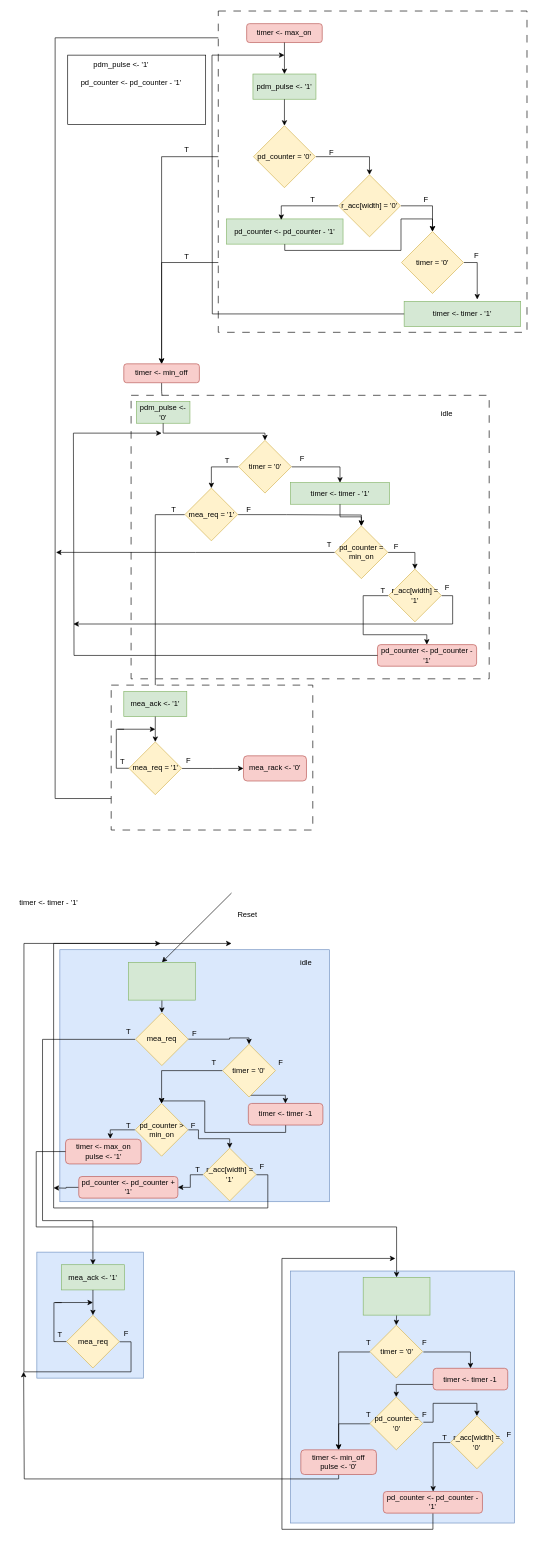
This is Oblig7/pdm_asmd.drawio from jrundht/IN3160, a draw.io file, before an edit. Source tidied: cells renumbered, new cells numbered last; positions are measured from the earlier drawing's top-left corner, leaving out a move shared by most shapes. Both pictures are drawn from the tidied source at 63%, with x=0, y=0 at pixel (11, 11).
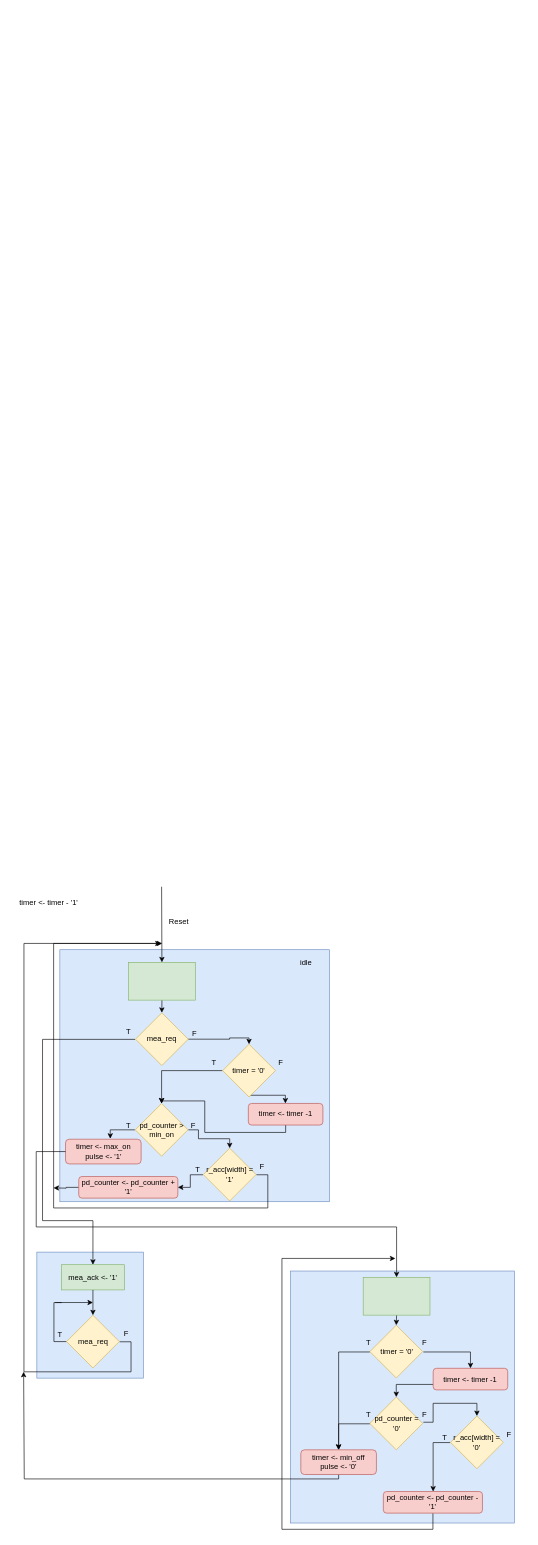
After the change.

Unchanged cells that the change refers to:
```xml
<mxCell id="98" style="rounded=0;whiteSpace=wrap;html=1;fillColor=#d5e8d4;strokeColor=#82b366;" parent="1" vertex="1">
  <mxGeometry x="186.5" y="1510" width="106" height="60" as="geometry" />
</mxCell>
<mxCell id="120" style="group;" parent="1" vertex="1">
  <mxGeometry x="67.5" y="1990" width="202.5" height="164.4" as="geometry" />
</mxCell>
<mxCell id="125" value="mea_req " style="text;html=1;align=center;verticalAlign=middle;whiteSpace=wrap;rounded=0;" parent="122" vertex="1">
  <mxGeometry y="29.4" width="85" height="25.7" as="geometry" />
</mxCell>
```

Diff of the diagram source:
```diff
@@
-    <mxCell id="4" style="edgeStyle=orthogonalEdgeStyle;rounded=0;jettySize=auto;html=1;curved=0;entryX=0;entryY=0.75;entryDx=0;entryDy=0;" parent="1" edge="1" source="57" target="67">
-      <mxGeometry relative="1" as="geometry">
-        <Array as="points">
-          <mxPoint x="419" y="1250" />
-          <mxPoint x="70" y="1250" />
-          <mxPoint x="70" y="43" />
-        </Array>
-      </mxGeometry>
-    </mxCell>
-    <mxCell id="5" style="rounded=0;whiteSpace=wrap;html=1;" parent="1" vertex="1">
-      <mxGeometry x="90" y="70" width="219" height="110" as="geometry" />
-    </mxCell>
-    <mxCell id="6" style="edgeStyle=orthogonalEdgeStyle;rounded=1;jettySize=auto;html=1;exitX=0.5;exitY=1;exitDx=0;exitDy=0;" parent="1" edge="1" source="7" target="12">
-      <mxGeometry relative="1" as="geometry" />
-    </mxCell>
-    <mxCell id="7" value="timer &amp;lt;- min_off" style="rounded=1;whiteSpace=wrap;html=1;fillColor=#f8cecc;strokeColor=#b85450;perimeterSpacing=0;glass=0;" parent="1" vertex="1">
-      <mxGeometry x="179" y="560" width="120" height="30" as="geometry" />
-    </mxCell>
-    <mxCell id="8" style="edgeStyle=orthogonalEdgeStyle;rounded=0;jettySize=auto;html=1;curved=0;entryX=0.5;entryY=0;entryDx=0;entryDy=0;" parent="1" edge="1" source="84" target="7">
-      <mxGeometry relative="1" as="geometry">
-        <Array as="points">
-          <mxPoint x="239" y="399" />
-        </Array>
-      </mxGeometry>
-    </mxCell>
-    <mxCell id="9" style="edgeStyle=orthogonalEdgeStyle;rounded=0;jettySize=auto;html=1;entryX=0.5;entryY=0;entryDx=0;entryDy=0;curved=0;" parent="1" edge="1" source="71" target="7">
-      <mxGeometry relative="1" as="geometry" />
-    </mxCell>
-    <mxCell id="10" style="group;" parent="1" vertex="1">
-      <mxGeometry x="199" y="620" width="560" height="440" as="geometry" />
-    </mxCell>
-    <mxCell id="11" style="rounded=0;whiteSpace=wrap;html=1;dashed=1;dashPattern=12 12;" parent="10" vertex="1">
-      <mxGeometry x="-8.4" y="-10" width="568.4" height="450" as="geometry" />
-    </mxCell>
-    <mxCell id="12" value="pdm_pulse &amp;lt;- '0'" style="rounded=0;whiteSpace=wrap;html=1;fillColor=#d5e8d4;strokeColor=#82b366;" parent="10" vertex="1">
-      <mxGeometry width="85" height="34.3" as="geometry" />
-    </mxCell>
-    <mxCell id="13" style="group;" parent="10" vertex="1">
-      <mxGeometry x="161.6" y="61.3" width="85" height="84.4" as="geometry" />
-    </mxCell>
-    <mxCell id="14" style="whiteSpace=wrap;html=1;rounded=0;rotation=-45;fillColor=#fff2cc;strokeColor=#d6b656;" parent="13" vertex="1">
-      <mxGeometry x="12.9" y="12.4" width="59.2" height="59.2" as="geometry" />
-    </mxCell>
-    <mxCell id="15" value="timer = '0'" style="text;html=1;align=center;verticalAlign=middle;whiteSpace=wrap;rounded=0;" parent="13" vertex="1">
-      <mxGeometry y="29.4" width="85" height="25.7" as="geometry" />
-    </mxCell>
-    <mxCell id="16" style="edgeStyle=orthogonalEdgeStyle;rounded=0;jettySize=auto;html=1;exitX=0.5;exitY=1;exitDx=0;exitDy=0;entryX=1;entryY=0;entryDx=0;entryDy=0;curved=0;" parent="10" edge="1" source="12" target="14">
-      <mxGeometry relative="1" as="geometry">
-        <Array as="points">
-          <mxPoint x="43" y="50" />
-          <mxPoint x="204" y="50" />
-        </Array>
-      </mxGeometry>
-    </mxCell>
-    <mxCell id="17" style="group;" parent="10" vertex="1">
-      <mxGeometry x="76.5" y="137.1" width="85" height="84.4" as="geometry" />
-    </mxCell>
-    <mxCell id="18" style="whiteSpace=wrap;html=1;rounded=0;rotation=-45;fillColor=#fff2cc;strokeColor=#d6b656;" parent="17" vertex="1">
-      <mxGeometry x="12.9" y="12.4" width="59.2" height="59.2" as="geometry" />
-    </mxCell>
-    <mxCell id="19" value="mea_req = '1'" style="text;html=1;align=center;verticalAlign=middle;whiteSpace=wrap;rounded=0;" parent="17" vertex="1">
-      <mxGeometry y="29.4" width="85" height="25.7" as="geometry" />
-    </mxCell>
-    <mxCell id="20" style="edgeStyle=orthogonalEdgeStyle;rounded=0;jettySize=auto;html=1;curved=0;" parent="10" edge="1" source="15" target="18">
-      <mxGeometry relative="1" as="geometry" />
-    </mxCell>
-    <mxCell id="21" value="T" style="text;html=1;align=center;verticalAlign=middle;whiteSpace=wrap;rounded=0;" parent="10" vertex="1">
-      <mxGeometry x="136.1" y="85.7" width="17" height="17.1" as="geometry" />
-    </mxCell>
-    <mxCell id="22" value="F" style="text;html=1;align=center;verticalAlign=middle;whiteSpace=wrap;rounded=0;" parent="10" vertex="1">
-      <mxGeometry x="255.1" y="85.7" width="17" height="8.6" as="geometry" />
-    </mxCell>
-    <mxCell id="23" value="T" style="text;html=1;align=center;verticalAlign=middle;whiteSpace=wrap;rounded=0;" parent="10" vertex="1">
-      <mxGeometry x="51" y="162.9" width="17" height="17.1" as="geometry" />
-    </mxCell>
-    <mxCell id="24" value="timer &amp;lt;- timer - '1'" style="rounded=0;whiteSpace=wrap;html=1;fillColor=#d5e8d4;strokeColor=#82b366;" parent="10" vertex="1">
-      <mxGeometry x="244.5" y="128.6" width="157.3" height="34.3" as="geometry" />
-    </mxCell>
-    <mxCell id="25" style="edgeStyle=orthogonalEdgeStyle;rounded=0;jettySize=auto;html=1;exitX=1;exitY=0.5;exitDx=0;exitDy=0;curved=0;" parent="10" edge="1" source="15" target="24">
-      <mxGeometry relative="1" as="geometry" />
-    </mxCell>
-    <mxCell id="26" style="group;" parent="10" vertex="1">
-      <mxGeometry x="314.6" y="197.1" width="195.6" height="194.6" as="geometry" />
-    </mxCell>
-    <mxCell id="27" style="whiteSpace=wrap;html=1;rounded=0;rotation=-45;fillColor=#fff2cc;strokeColor=#d6b656;" parent="26" vertex="1">
-      <mxGeometry x="12.9" y="12.4" width="59.2" height="59.2" as="geometry" />
-    </mxCell>
-    <mxCell id="28" style="edgeStyle=orthogonalEdgeStyle;rounded=0;jettySize=auto;html=1;curved=0;endArrow=classic;endFill=1;" parent="26" edge="1" source="30">
-      <mxGeometry relative="1" as="geometry">
-        <mxPoint x="-442.2" y="42.2" as="targetPoint" />
-      </mxGeometry>
-    </mxCell>
-    <mxCell id="29" style="edgeStyle=orthogonalEdgeStyle;rounded=0;jettySize=auto;html=1;curved=0;entryX=1;entryY=0;entryDx=0;entryDy=0;" parent="26" edge="1" source="30" target="33">
-      <mxGeometry relative="1" as="geometry" />
-    </mxCell>
-    <mxCell id="30" value="pd_counter = min_on" style="text;html=1;align=center;verticalAlign=middle;whiteSpace=wrap;rounded=0;" parent="26" vertex="1">
-      <mxGeometry y="29.4" width="85" height="25.7" as="geometry" />
-    </mxCell>
-    <mxCell id="31" style="group;" parent="26" vertex="1">
-      <mxGeometry x="68" y="68.6" width="119.1" height="84.4" as="geometry" />
-    </mxCell>
-    <mxCell id="32" style="group;" parent="31" vertex="1">
-      <mxGeometry x="17" width="85" height="84.4" as="geometry" />
-    </mxCell>
-    <mxCell id="33" style="whiteSpace=wrap;html=1;rounded=0;rotation=-45;fillColor=#fff2cc;strokeColor=#d6b656;" parent="32" vertex="1">
-      <mxGeometry x="12.9" y="12.4" width="59.2" height="59.2" as="geometry" />
-    </mxCell>
-    <mxCell id="34" value="r_acc[width] = '1'" style="text;html=1;align=center;verticalAlign=middle;whiteSpace=wrap;rounded=0;" parent="32" vertex="1">
-      <mxGeometry y="29.4" width="85" height="25.7" as="geometry" />
-    </mxCell>
-    <mxCell id="35" value="T" style="text;html=1;align=center;verticalAlign=middle;whiteSpace=wrap;rounded=0;" parent="31" vertex="1">
-      <mxGeometry y="25.7" width="17" height="17.1" as="geometry" />
-    </mxCell>
-    <mxCell id="36" value="F" style="text;html=1;align=center;verticalAlign=middle;whiteSpace=wrap;rounded=0;" parent="31" vertex="1">
-      <mxGeometry x="102" y="25.7" width="17" height="8.6" as="geometry" />
-    </mxCell>
-    <mxCell id="37" value="F" style="text;html=1;align=center;verticalAlign=middle;whiteSpace=wrap;rounded=0;" parent="26" vertex="1">
-      <mxGeometry x="89.3" y="29.3" width="17" height="8.6" as="geometry" />
-    </mxCell>
-    <mxCell id="38" style="edgeStyle=orthogonalEdgeStyle;rounded=0;jettySize=auto;html=1;entryX=1;entryY=0;entryDx=0;entryDy=0;curved=0;" parent="10" edge="1" source="24" target="27">
-      <mxGeometry relative="1" as="geometry" />
-    </mxCell>
-    <mxCell id="39" value="T" style="text;html=1;align=center;verticalAlign=middle;whiteSpace=wrap;rounded=0;" parent="10" vertex="1">
-      <mxGeometry x="297.6" y="218.6" width="17" height="17.1" as="geometry" />
-    </mxCell>
-    <mxCell id="40" value="pd_counter &amp;lt;- pd_counter - '1'" style="rounded=1;whiteSpace=wrap;html=1;fillColor=#f8cecc;strokeColor=#b85450;" parent="10" vertex="1">
-      <mxGeometry x="382.7" y="385.7" width="157.3" height="34.3" as="geometry" />
-    </mxCell>
-    <mxCell id="41" style="edgeStyle=orthogonalEdgeStyle;rounded=0;jettySize=auto;html=1;curved=0;" parent="10" edge="1" source="34">
-      <mxGeometry relative="1" as="geometry">
-        <mxPoint x="-100" y="353" as="targetPoint" />
-        <Array as="points">
-          <mxPoint x="502" y="308" />
-          <mxPoint x="502" y="353" />
-          <mxPoint x="-100" y="353" />
-        </Array>
-      </mxGeometry>
-    </mxCell>
-    <mxCell id="42" style="edgeStyle=orthogonalEdgeStyle;rounded=0;jettySize=auto;html=1;exitX=1;exitY=0.5;exitDx=0;exitDy=0;entryX=1;entryY=0;entryDx=0;entryDy=0;curved=0;" parent="10" edge="1" source="19" target="27">
-      <mxGeometry relative="1" as="geometry">
-        <Array as="points">
-          <mxPoint x="238" y="179" />
-          <mxPoint x="357" y="180" />
-        </Array>
-      </mxGeometry>
-    </mxCell>
-    <mxCell id="43" value="F" style="text;html=1;align=center;verticalAlign=middle;whiteSpace=wrap;rounded=0;" parent="10" vertex="1">
-      <mxGeometry x="170" y="167.1" width="17" height="8.6" as="geometry" />
-    </mxCell>
-    <mxCell id="44" style="edgeStyle=orthogonalEdgeStyle;rounded=0;jettySize=auto;html=1;curved=0;endArrow=classic;endFill=1;" parent="10" edge="1" source="34" target="40">
-      <mxGeometry relative="1" as="geometry">
-        <Array as="points">
-          <mxPoint x="360" y="308" />
-          <mxPoint x="360" y="370" />
-          <mxPoint x="461" y="370" />
-        </Array>
-      </mxGeometry>
-    </mxCell>
-    <mxCell id="45" value="idle" style="text;html=1;align=center;verticalAlign=middle;whiteSpace=wrap;rounded=0;" parent="10" vertex="1">
-      <mxGeometry x="463" y="4" width="60" height="30" as="geometry" />
-    </mxCell>
-    <mxCell id="46" style="edgeStyle=orthogonalEdgeStyle;rounded=0;jettySize=auto;html=1;curved=0;entryX=0.5;entryY=0;entryDx=0;entryDy=0;" parent="1" edge="1" source="19" target="51">
-      <mxGeometry relative="1" as="geometry">
-        <Array as="points">
-          <mxPoint x="229" y="799" />
-        </Array>
-      </mxGeometry>
-    </mxCell>
-    <mxCell id="47" style="edgeStyle=orthogonalEdgeStyle;rounded=0;jettySize=auto;html=1;endArrow=none;endFill=0;curved=0;" parent="1" edge="1" source="40">
-      <mxGeometry relative="1" as="geometry">
-        <mxPoint x="99" y="670" as="targetPoint" />
-        <Array as="points">
-          <mxPoint x="100" y="1023" />
-        </Array>
-      </mxGeometry>
-    </mxCell>
-    <mxCell id="48" style="endArrow=classic;html=1;rounded=1;" parent="1" edge="1">
-      <mxGeometry relative="1" as="geometry">
-        <mxPoint x="99" y="670" as="sourcePoint" />
-        <mxPoint x="239" y="670" as="targetPoint" />
-      </mxGeometry>
-    </mxCell>
-    <mxCell id="49" style="group;rounded=1;" parent="1" vertex="1">
-      <mxGeometry x="159" y="1070" width="320" height="230" as="geometry" />
-    </mxCell>
-    <mxCell id="50" style="rounded=0;whiteSpace=wrap;html=1;dashed=1;dashPattern=12 12;" parent="49" vertex="1">
-      <mxGeometry width="320" height="230" as="geometry" />
-    </mxCell>
-    <mxCell id="51" value="mea_ack &amp;lt;- '1'" style="rounded=0;whiteSpace=wrap;html=1;fillColor=#d5e8d4;strokeColor=#82b366;" parent="49" vertex="1">
-      <mxGeometry x="20" y="10" width="100" height="40" as="geometry" />
-    </mxCell>
-    <mxCell id="52" style="group;" parent="49" vertex="1">
-      <mxGeometry x="27.5" y="90" width="85" height="84.4" as="geometry" />
-    </mxCell>
-    <mxCell id="53" style="edgeStyle=orthogonalEdgeStyle;rounded=0;jettySize=auto;html=1;curved=0;endArrow=none;endFill=0;" parent="52" edge="1" source="54">
-      <mxGeometry relative="1" as="geometry">
-        <mxPoint x="-7.5" y="-20" as="targetPoint" />
-      </mxGeometry>
-    </mxCell>
-    <mxCell id="54" style="whiteSpace=wrap;html=1;rounded=0;rotation=-45;fillColor=#fff2cc;strokeColor=#d6b656;" parent="52" vertex="1">
-      <mxGeometry x="12.9" y="12.4" width="59.2" height="59.2" as="geometry" />
-    </mxCell>
-    <mxCell id="55" value="mea_req = '1'" style="text;html=1;align=center;verticalAlign=middle;whiteSpace=wrap;rounded=0;" parent="52" vertex="1">
-      <mxGeometry y="29.4" width="85" height="25.7" as="geometry" />
-    </mxCell>
-    <mxCell id="56" style="edgeStyle=orthogonalEdgeStyle;rounded=0;jettySize=auto;html=1;exitX=0.5;exitY=1;exitDx=0;exitDy=0;curved=0;" parent="49" edge="1" source="51" target="54">
-      <mxGeometry relative="1" as="geometry" />
-    </mxCell>
-    <mxCell id="57" value="mea_rack &amp;lt;- '0'" style="rounded=1;whiteSpace=wrap;html=1;fillColor=#f8cecc;strokeColor=#b85450;" parent="49" vertex="1">
-      <mxGeometry x="210" y="112.2" width="100" height="40" as="geometry" />
-    </mxCell>
-    <mxCell id="58" style="edgeStyle=orthogonalEdgeStyle;rounded=0;jettySize=auto;html=1;entryX=0;entryY=0.5;entryDx=0;entryDy=0;curved=0;" parent="49" edge="1" source="55" target="57">
-      <mxGeometry relative="1" as="geometry" />
-    </mxCell>
-    <mxCell id="59" value="T" style="text;html=1;align=center;verticalAlign=middle;whiteSpace=wrap;rounded=0;" parent="49" vertex="1">
-      <mxGeometry x="7.5" y="112.2" width="20" height="20" as="geometry" />
-    </mxCell>
-    <mxCell id="60" value="F" style="text;html=1;align=center;verticalAlign=middle;whiteSpace=wrap;rounded=0;" parent="49" vertex="1">
-      <mxGeometry x="112.5" y="110" width="20" height="20" as="geometry" />
-    </mxCell>
-    <mxCell id="61" style="endArrow=classic;html=1;rounded=1;" parent="49" edge="1">
-      <mxGeometry relative="1" as="geometry">
-        <mxPoint x="10" y="70" as="sourcePoint" />
-        <mxPoint x="70" y="70" as="targetPoint" />
-      </mxGeometry>
-    </mxCell>
-    <mxCell id="62" value="pdm_pulse &amp;lt;- '1'" style="text;html=1;align=center;verticalAlign=middle;whiteSpace=wrap;rounded=0;" parent="1" vertex="1">
-      <mxGeometry x="120" y="70" width="110" height="30" as="geometry" />
-    </mxCell>
-    <mxCell id="63" value="pd_counter &amp;lt;- pd_counter - '1'" style="text;whiteSpace=wrap;html=1;" parent="1" vertex="1">
-      <mxGeometry x="109" y="100" width="190" height="40" as="geometry" />
-    </mxCell>
-    <mxCell id="64" style="group;" parent="1" vertex="1">
-      <mxGeometry x="269" width="550" height="510" as="geometry" />
-    </mxCell>
-    <mxCell id="65" style="group;" parent="64" vertex="1">
-      <mxGeometry x="50" width="500" height="510" as="geometry" />
-    </mxCell>
-    <mxCell id="66" style="rounded=0;whiteSpace=wrap;html=1;dashed=1;dashPattern=12 12;" parent="65" vertex="1">
-      <mxGeometry x="10" width="490" height="510" as="geometry" />
-    </mxCell>
-    <mxCell id="67" value="timer &amp;lt;- max_on" style="rounded=1;whiteSpace=wrap;html=1;fillColor=#f8cecc;strokeColor=#b85450;perimeterSpacing=0;glass=0;" parent="65" vertex="1">
-      <mxGeometry x="55" y="20" width="120" height="30" as="geometry" />
-    </mxCell>
-    <mxCell id="68" value="pdm_pulse &amp;lt;- '1'" style="rounded=0;whiteSpace=wrap;html=1;fillColor=#d5e8d4;strokeColor=#82b366;" parent="65" vertex="1">
-      <mxGeometry x="65" y="100" width="100" height="40" as="geometry" />
-    </mxCell>
-    <mxCell id="69" style="edgeStyle=orthogonalEdgeStyle;rounded=1;jettySize=auto;html=1;exitX=0.5;exitY=1;exitDx=0;exitDy=0;entryX=0.5;entryY=0;entryDx=0;entryDy=0;" parent="65" edge="1" source="67" target="68">
-      <mxGeometry relative="1" as="geometry" />
-    </mxCell>
-    <mxCell id="70" style="group;" parent="65" vertex="1">
-      <mxGeometry x="65" y="182" width="100" height="98.5" as="geometry" />
-    </mxCell>
-    <mxCell id="71" style="whiteSpace=wrap;html=1;rounded=0;rotation=-45;fillColor=#fff2cc;strokeColor=#d6b656;" parent="70" vertex="1">
-      <mxGeometry x="15.2" y="14.4" width="69.6" height="69.6" as="geometry" />
-    </mxCell>
-    <mxCell id="72" value="pd_counter = '0'" style="text;html=1;align=center;verticalAlign=middle;whiteSpace=wrap;rounded=0;" parent="70" vertex="1">
-      <mxGeometry y="34.2" width="100" height="30" as="geometry" />
-    </mxCell>
-    <mxCell id="73" style="edgeStyle=orthogonalEdgeStyle;rounded=1;jettySize=auto;html=1;entryX=1;entryY=0;entryDx=0;entryDy=0;" parent="65" edge="1" source="68" target="71">
-      <mxGeometry relative="1" as="geometry" />
-    </mxCell>
-    <mxCell id="74" style="group;" parent="65" vertex="1">
-      <mxGeometry x="200" y="260" width="100" height="98.5" as="geometry" />
-    </mxCell>
-    <mxCell id="75" style="whiteSpace=wrap;html=1;rounded=0;rotation=-45;fillColor=#fff2cc;strokeColor=#d6b656;" parent="74" vertex="1">
-      <mxGeometry x="15.2" y="14.4" width="69.6" height="69.6" as="geometry" />
-    </mxCell>
-    <mxCell id="76" value="r_acc[width] = '0'" style="text;html=1;align=center;verticalAlign=middle;whiteSpace=wrap;rounded=0;" parent="74" vertex="1">
-      <mxGeometry y="34.2" width="100" height="30" as="geometry" />
-    </mxCell>
-    <mxCell id="77" style="edgeStyle=orthogonalEdgeStyle;rounded=0;jettySize=auto;html=1;exitX=1;exitY=0.5;exitDx=0;exitDy=0;entryX=1;entryY=0;entryDx=0;entryDy=0;curved=0;" parent="65" edge="1" source="72" target="75">
-      <mxGeometry relative="1" as="geometry" />
-    </mxCell>
-    <mxCell id="78" value="F" style="text;html=1;align=center;verticalAlign=middle;whiteSpace=wrap;rounded=0;" parent="65" vertex="1">
-      <mxGeometry x="180" y="220" width="20" height="10" as="geometry" />
-    </mxCell>
-    <mxCell id="79" value="pd_counter &amp;lt;- pd_counter - '1'" style="rounded=0;whiteSpace=wrap;html=1;fillColor=#d5e8d4;strokeColor=#82b366;" parent="65" vertex="1">
-      <mxGeometry x="23" y="330" width="185" height="40" as="geometry" />
-    </mxCell>
-    <mxCell id="80" style="edgeStyle=orthogonalEdgeStyle;rounded=0;jettySize=auto;html=1;exitX=0;exitY=0.5;exitDx=0;exitDy=0;entryX=0.47;entryY=0.038;entryDx=0;entryDy=0;entryPerimeter=0;curved=0;" parent="65" edge="1" source="76" target="79">
-      <mxGeometry relative="1" as="geometry" />
-    </mxCell>
-    <mxCell id="81" value="T" style="text;html=1;align=center;verticalAlign=middle;whiteSpace=wrap;rounded=0;" parent="65" vertex="1">
-      <mxGeometry x="150" y="290" width="20" height="20" as="geometry" />
-    </mxCell>
-    <mxCell id="82" style="group;" parent="65" vertex="1">
-      <mxGeometry x="300" y="350" width="100" height="98.5" as="geometry" />
-    </mxCell>
-    <mxCell id="83" style="whiteSpace=wrap;html=1;rounded=0;rotation=-45;fillColor=#fff2cc;strokeColor=#d6b656;" parent="82" vertex="1">
-      <mxGeometry x="15.2" y="14.4" width="69.6" height="69.6" as="geometry" />
-    </mxCell>
-    <mxCell id="84" value="timer = '0'" style="text;html=1;align=center;verticalAlign=middle;whiteSpace=wrap;rounded=0;" parent="82" vertex="1">
-      <mxGeometry y="34.2" width="100" height="30" as="geometry" />
-    </mxCell>
-    <mxCell id="85" value="F" style="text;html=1;align=center;verticalAlign=middle;whiteSpace=wrap;rounded=0;" parent="65" vertex="1">
-      <mxGeometry x="330" y="290" width="20" height="20" as="geometry" />
-    </mxCell>
-    <mxCell id="86" value="timer &amp;lt;- timer - '1'" style="rounded=0;whiteSpace=wrap;html=1;fillColor=#d5e8d4;strokeColor=#82b366;" parent="65" vertex="1">
-      <mxGeometry x="305" y="460.8" width="185" height="40" as="geometry" />
-    </mxCell>
-    <mxCell id="87" value="F" style="text;html=1;align=center;verticalAlign=middle;whiteSpace=wrap;rounded=0;" parent="65" vertex="1">
-      <mxGeometry x="410" y="379.2" width="20" height="20" as="geometry" />
-    </mxCell>
-    <mxCell id="88" style="edgeStyle=orthogonalEdgeStyle;rounded=0;jettySize=auto;html=1;exitX=0.5;exitY=1;exitDx=0;exitDy=0;entryX=1;entryY=0;entryDx=0;entryDy=0;curved=0;" parent="65" edge="1" source="79" target="83">
-      <mxGeometry relative="1" as="geometry">
-        <Array as="points">
-          <mxPoint x="116" y="380" />
-          <mxPoint x="300" y="380" />
-          <mxPoint x="300" y="330" />
-          <mxPoint x="350" y="330" />
-        </Array>
-      </mxGeometry>
-    </mxCell>
-    <mxCell id="89" style="edgeStyle=orthogonalEdgeStyle;rounded=0;jettySize=auto;html=1;curved=0;entryX=1;entryY=0;entryDx=0;entryDy=0;" parent="65" edge="1" source="76" target="83">
-      <mxGeometry relative="1" as="geometry" />
-    </mxCell>
-    <mxCell id="90" style="edgeStyle=orthogonalEdgeStyle;rounded=0;jettySize=auto;html=1;exitX=1;exitY=0.5;exitDx=0;exitDy=0;entryX=0.627;entryY=-0.075;entryDx=0;entryDy=0;entryPerimeter=0;curved=0;" parent="65" edge="1" source="84" target="86">
-      <mxGeometry relative="1" as="geometry" />
-    </mxCell>
-    <mxCell id="91" style="group;" parent="65" vertex="1">
-      <mxGeometry y="70" width="115" as="geometry" />
-    </mxCell>
-    <mxCell id="92" style="edgeStyle=orthogonalEdgeStyle;rounded=0;jettySize=auto;html=1;exitX=0;exitY=0.5;exitDx=0;exitDy=0;curved=0;endArrow=none;endFill=0;" parent="91" edge="1" source="86">
-      <mxGeometry relative="1" as="geometry">
-        <mxPoint as="targetPoint" />
-      </mxGeometry>
-    </mxCell>
-    <mxCell id="93" style="endArrow=classic;html=1;rounded=1;" parent="91" edge="1">
-      <mxGeometry relative="1" as="geometry">
-        <mxPoint as="sourcePoint" />
-        <mxPoint x="115" as="targetPoint" />
-      </mxGeometry>
-    </mxCell>
-    <mxCell id="94" value="T" style="text;html=1;align=center;verticalAlign=middle;whiteSpace=wrap;rounded=0;" parent="64" vertex="1">
-      <mxGeometry y="210" width="20" height="20" as="geometry" />
-    </mxCell>
-    <mxCell id="95" value="T" style="text;html=1;align=center;verticalAlign=middle;whiteSpace=wrap;rounded=0;" parent="64" vertex="1">
-      <mxGeometry y="380" width="20" height="20" as="geometry" />
-    </mxCell>
     <mxCell id="96" style="endArrow=classic;html=1;rounded=1;entryX=0.5;entryY=0;entryDx=0;entryDy=0;" parent="1" edge="1" target="98">
       <mxGeometry relative="1" as="geometry">
-        <mxPoint x="350" y="1400" as="sourcePoint" />
+        <mxPoint x="239" y="1390" as="sourcePoint" />
       </mxGeometry>
     </mxCell>
@@
     <mxCell id="99" value="Reset" style="text;html=1;align=center;verticalAlign=middle;whiteSpace=wrap;rounded=0;" parent="1" vertex="1">
-      <mxGeometry x="360" y="1430" width="31" height="10" as="geometry" />
+      <mxGeometry x="250.5" y="1440" width="31" height="10" as="geometry" />
     </mxCell>
@@
     <mxCell id="127" style="edgeStyle=orthogonalEdgeStyle;rounded=0;jettySize=auto;html=1;curved=0;" parent="120" edge="1" source="125">
       <mxGeometry relative="1" as="geometry">
-        <mxPoint x="282.5" y="-510" as="targetPoint" />
+        <mxPoint x="172.5" y="-510" as="targetPoint" />
         <Array as="points">
           <mxPoint x="123" y="122" />
           <mxPoint x="123" y="170" />
           <mxPoint x="-47" y="170" />
           <mxPoint x="-47" y="-510" />
         </Array>
       </mxGeometry>
     </mxCell>
```
